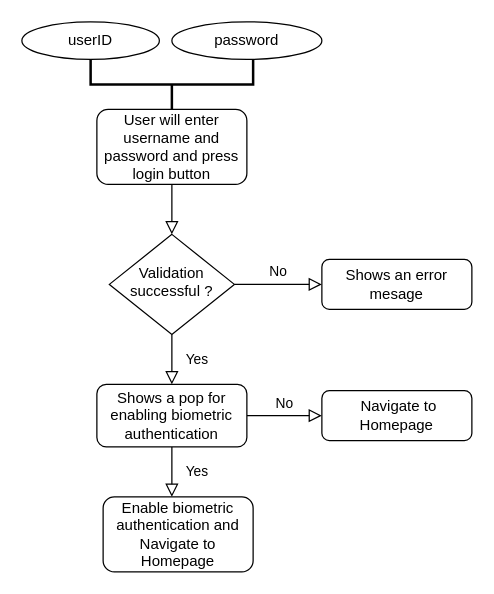
Earlier version of the draw.io diagram Untitled Diagram.drawio (grtvishnu/Brown). Source tidied: cells renumbered, new cells numbered last; positions are measured from the earlier drawing's top-left corner, leaving out a move shared by most shapes. Both pictures are drawn from the tidied source at 125%, with x=0, y=0 at pixel (21, 21).
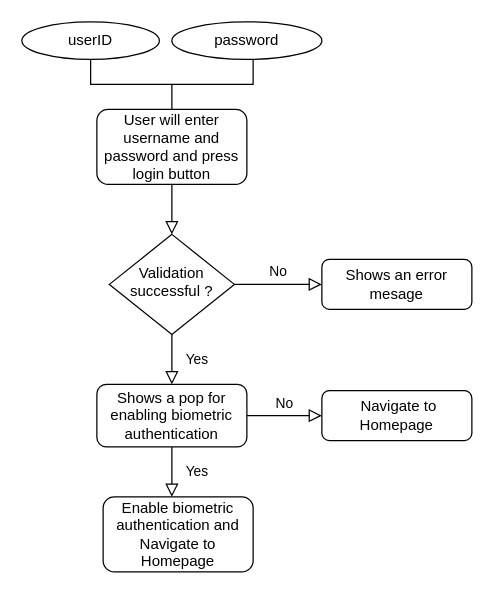
The same diagram, later.

What changed in the source:
```diff
@@
 <mxGraphModel>
   <root>
     <mxCell id="0" />
     <mxCell id="1" parent="0" />
     <mxCell id="2" style="rounded=0;html=1;jettySize=auto;fontSize=11;endArrow=block;endFill=0;endSize=8;strokeWidth=1;shadow=0;labelBackgroundColor=none;edgeStyle=orthogonalEdgeStyle;" parent="1" edge="1" source="3" target="6">
       <mxGeometry relative="1" as="geometry" />
     </mxCell>
     <mxCell id="3" value="User will enter username and password and press login button" style="rounded=1;whiteSpace=wrap;html=1;fontSize=12;glass=0;strokeWidth=1;shadow=0;" parent="1" vertex="1">
       <mxGeometry x="60" y="70" width="120" height="60" as="geometry" />
     </mxCell>
     <mxCell id="4" value="Yes" style="rounded=0;html=1;jettySize=auto;fontSize=11;endArrow=block;endFill=0;endSize=8;strokeWidth=1;shadow=0;labelBackgroundColor=none;edgeStyle=orthogonalEdgeStyle;entryX=0.5;entryY=0;entryDx=0;entryDy=0;" parent="1" edge="1" source="6" target="9">
       <mxGeometry y="20" relative="1" as="geometry" />
     </mxCell>
     <mxCell id="5" value="No" style="edgeStyle=orthogonalEdgeStyle;rounded=0;html=1;jettySize=auto;fontSize=11;endArrow=block;endFill=0;endSize=8;strokeWidth=1;shadow=0;labelBackgroundColor=none;" parent="1" edge="1" source="6" target="7">
       <mxGeometry y="10" relative="1" as="geometry" />
     </mxCell>
     <mxCell id="6" value="Validation successful ?" style="rhombus;whiteSpace=wrap;html=1;shadow=0;fontFamily=Helvetica;fontSize=12;align=center;strokeWidth=1;spacing=6;spacingTop=-4;" parent="1" vertex="1">
       <mxGeometry x="70" y="170" width="100" height="80" as="geometry" />
     </mxCell>
     <mxCell id="7" value="Shows an error mesage" style="rounded=1;whiteSpace=wrap;html=1;fontSize=12;glass=0;strokeWidth=1;shadow=0;" parent="1" vertex="1">
       <mxGeometry x="240" y="190" width="120" height="40" as="geometry" />
     </mxCell>
     <mxCell id="8" value="No" style="edgeStyle=orthogonalEdgeStyle;rounded=0;html=1;jettySize=auto;fontSize=11;endArrow=block;endFill=0;endSize=8;strokeWidth=1;shadow=0;labelBackgroundColor=none;exitX=1;exitY=0.5;exitDx=0;exitDy=0;" parent="1" edge="1" source="9" target="10">
       <mxGeometry y="10" relative="1" as="geometry" />
     </mxCell>
     <mxCell id="9" value="Shows a pop for enabling biometric authentication" style="rounded=1;whiteSpace=wrap;html=1;fontSize=12;glass=0;strokeWidth=1;shadow=0;" parent="1" vertex="1">
       <mxGeometry x="60" y="290" width="120" height="50" as="geometry" />
     </mxCell>
     <mxCell id="10" value="&amp;nbsp;Navigate to Homepage" style="rounded=1;whiteSpace=wrap;html=1;fontSize=12;glass=0;strokeWidth=1;shadow=0;" parent="1" vertex="1">
       <mxGeometry x="240" y="295" width="120" height="40" as="geometry" />
     </mxCell>
     <mxCell id="11" value="userID" style="ellipse;whiteSpace=wrap;html=1;fillColor=none;" parent="1" vertex="1">
       <mxGeometry width="110" height="30" as="geometry" />
     </mxCell>
     <mxCell id="12" value="password" style="ellipse;whiteSpace=wrap;html=1;fillColor=none;" parent="1" vertex="1">
       <mxGeometry x="120" width="120" height="30" as="geometry" />
     </mxCell>
-    <mxCell id="13" style="strokeWidth=2;html=1;shape=mxgraph.flowchart.annotation_2;align=left;labelPosition=right;direction=north;" parent="1" vertex="1">
+    <mxCell id="13" style="strokeWidth=1;html=1;shape=mxgraph.flowchart.annotation_2;align=left;labelPosition=right;direction=north;strokeColor=default;" parent="1" vertex="1">
       <mxGeometry x="55" y="30" width="130" height="40" as="geometry" />
     </mxCell>
     <mxCell id="14" value="Yes" style="rounded=0;html=1;jettySize=auto;orthogonalLoop=1;fontSize=11;endArrow=block;endFill=0;endSize=8;strokeWidth=1;shadow=0;labelBackgroundColor=none;edgeStyle=orthogonalEdgeStyle;entryX=0.5;entryY=0;entryDx=0;entryDy=0;" parent="1" edge="1">
       <mxGeometry y="20" relative="1" as="geometry">
         <mxPoint x="120" y="340" as="sourcePoint" />
         <mxPoint x="120" y="380" as="targetPoint" />
         <Array as="points">
           <mxPoint x="120" y="380" />
           <mxPoint x="120" y="380" />
         </Array>
       </mxGeometry>
     </mxCell>
     <mxCell id="15" value="Enable biometric authentication and Navigate to Homepage" style="rounded=1;whiteSpace=wrap;html=1;fontSize=12;glass=0;strokeWidth=1;shadow=0;" parent="1" vertex="1">
       <mxGeometry x="65" y="380" width="120" height="60" as="geometry" />
     </mxCell>
   </root>
 </mxGraphModel>
```
